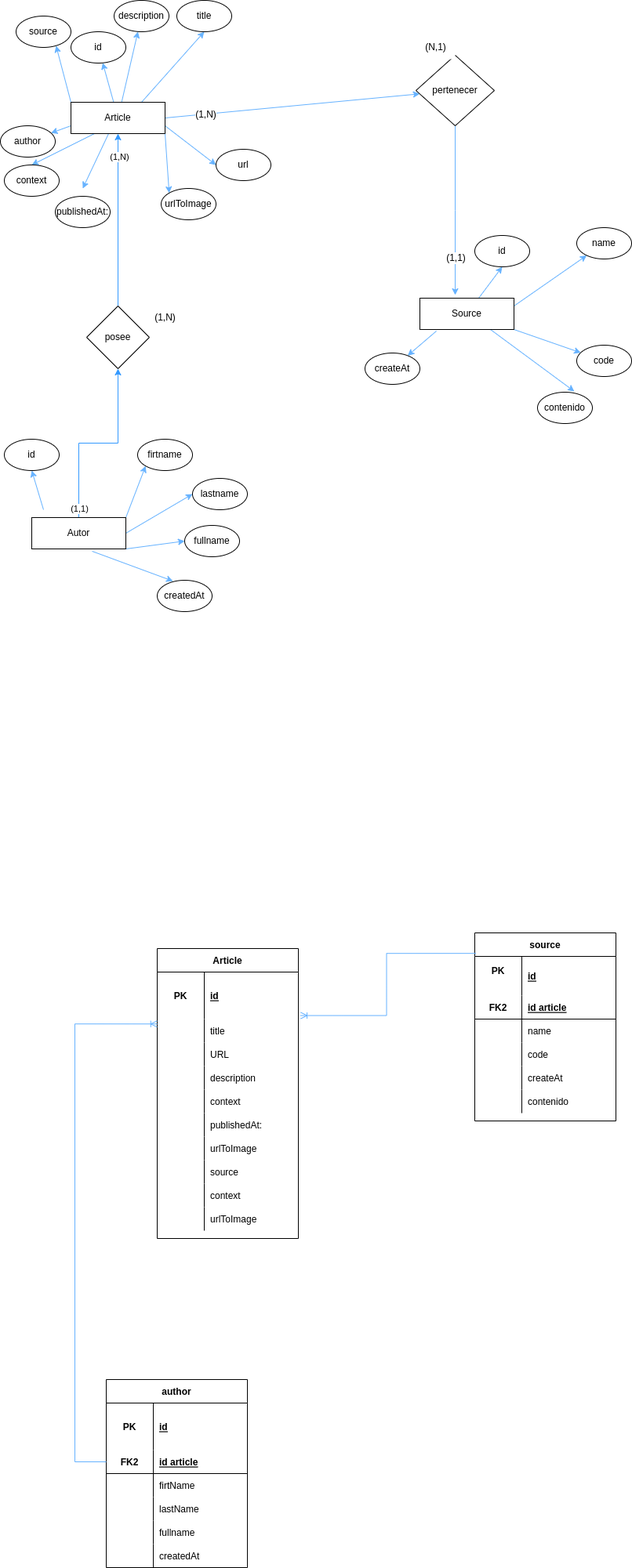
This is info.png from santy-ramirez/basededatos, a draw.io export, as it was before one commit. Source tidied: cells renumbered, new cells last; positions are measured from the earlier drawing's top-left corner, leaving out a move shared by most shapes.
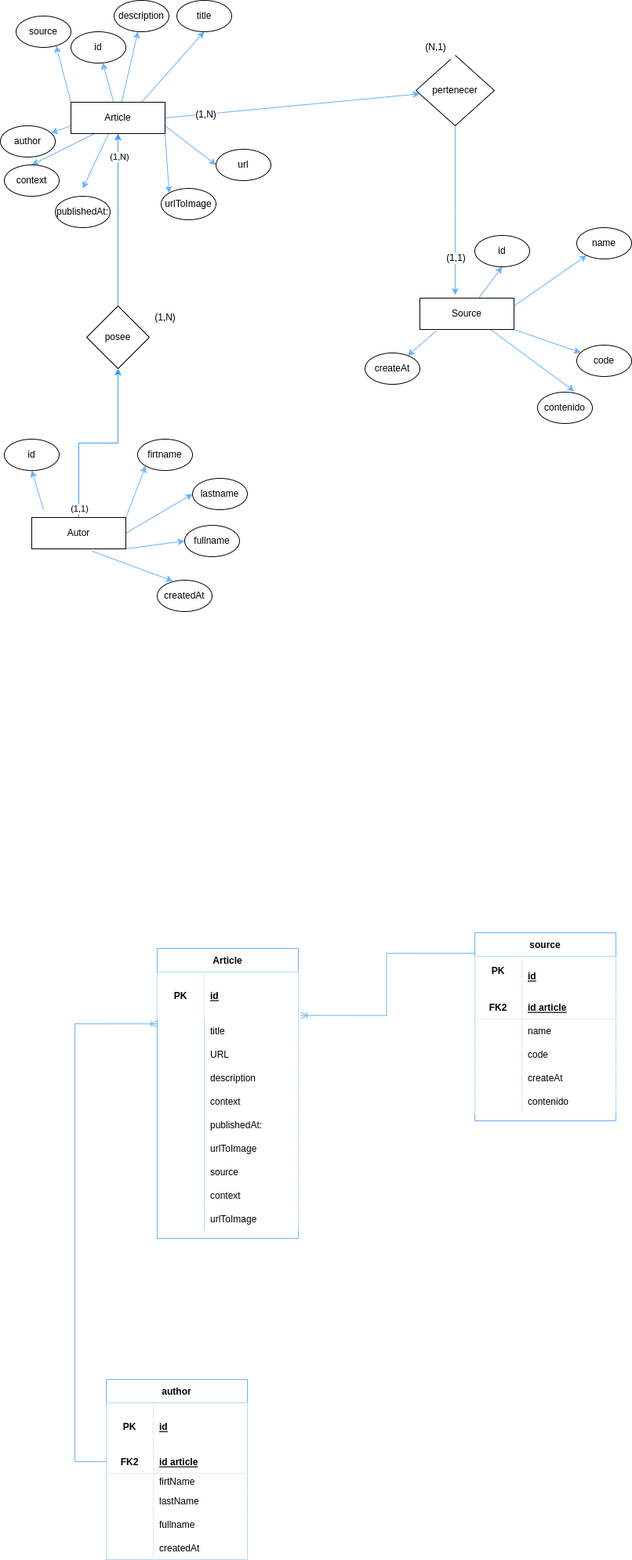
The same file after the commit.

Change to the diagram source:
```diff
@@ -171,3 +171,3 @@
     </mxCell>
-    <mxCell id="55" value="Article" style="shape=table;startSize=30;rowLines=0;fontStyle=1;align=center;" parent="1" vertex="1">
+    <mxCell id="55" value="Article" style="shape=table;startSize=30;rowLines=0;fontStyle=1;align=center;strokeColor=#66B2FF;" parent="1" vertex="1">
       <mxGeometry x="200" y="1210" width="180" height="370" as="geometry" />
@@ -177,6 +177,6 @@
     </mxCell>
-    <mxCell id="57" value="PK" style="shape=partialRectangle;fillColor=none;top=0;left=0;bottom=0;right=0;fontStyle=1;overflow=hidden;" parent="56" vertex="1">
+    <mxCell id="57" value="PK" style="shape=partialRectangle;fillColor=default;top=0;left=0;bottom=0;right=0;fontStyle=1;overflow=hidden;" parent="56" vertex="1">
       <mxGeometry width="60" height="60" as="geometry" />
     </mxCell>
-    <mxCell id="58" value="id" style="shape=partialRectangle;fillColor=none;top=0;left=0;bottom=0;right=0;align=left;spacingLeft=6;fontStyle=5;overflow=hidden;" parent="56" vertex="1">
+    <mxCell id="58" value="id" style="shape=partialRectangle;fillColor=default;top=0;left=0;bottom=0;right=0;align=left;spacingLeft=6;fontStyle=5;overflow=hidden;" parent="56" vertex="1">
       <mxGeometry x="60" width="120" height="60" as="geometry" />
@@ -189,3 +189,3 @@
     </mxCell>
-    <mxCell id="61" value="title" style="shape=partialRectangle;fillColor=none;top=0;left=0;bottom=0;right=0;align=left;spacingLeft=6;overflow=hidden;" parent="59" vertex="1">
+    <mxCell id="61" value="title" style="shape=partialRectangle;fillColor=default;top=0;left=0;bottom=0;right=0;align=left;spacingLeft=6;overflow=hidden;" parent="59" vertex="1">
       <mxGeometry x="60" width="120" height="30" as="geometry" />
@@ -198,3 +198,3 @@
     </mxCell>
-    <mxCell id="64" value="URL" style="shape=partialRectangle;fillColor=none;top=0;left=0;bottom=0;right=0;align=left;spacingLeft=6;overflow=hidden;" parent="62" vertex="1">
+    <mxCell id="64" value="URL" style="shape=partialRectangle;fillColor=default;top=0;left=0;bottom=0;right=0;align=left;spacingLeft=6;overflow=hidden;" parent="62" vertex="1">
       <mxGeometry x="60" width="120" height="30" as="geometry" />
@@ -207,3 +207,3 @@
     </mxCell>
-    <mxCell id="67" value="description" style="shape=partialRectangle;fillColor=none;top=0;left=0;bottom=0;right=0;align=left;spacingLeft=6;overflow=hidden;" parent="65" vertex="1">
+    <mxCell id="67" value="description" style="shape=partialRectangle;fillColor=default;top=0;left=0;bottom=0;right=0;align=left;spacingLeft=6;overflow=hidden;" parent="65" vertex="1">
       <mxGeometry x="60" width="120" height="30" as="geometry" />
@@ -216,3 +216,3 @@
     </mxCell>
-    <mxCell id="70" value="context" style="shape=partialRectangle;fillColor=none;top=0;left=0;bottom=0;right=0;align=left;spacingLeft=6;overflow=hidden;" parent="68" vertex="1">
+    <mxCell id="70" value="context" style="shape=partialRectangle;fillColor=default;top=0;left=0;bottom=0;right=0;align=left;spacingLeft=6;overflow=hidden;" parent="68" vertex="1">
       <mxGeometry x="60" width="120" height="30" as="geometry" />
@@ -225,3 +225,3 @@
     </mxCell>
-    <mxCell id="73" value="publishedAt:" style="shape=partialRectangle;fillColor=none;top=0;left=0;bottom=0;right=0;align=left;spacingLeft=6;overflow=hidden;" parent="71" vertex="1">
+    <mxCell id="73" value="publishedAt:" style="shape=partialRectangle;fillColor=default;top=0;left=0;bottom=0;right=0;align=left;spacingLeft=6;overflow=hidden;" parent="71" vertex="1">
       <mxGeometry x="60" width="120" height="30" as="geometry" />
@@ -234,3 +234,3 @@
     </mxCell>
-    <mxCell id="76" value="urlToImage" style="shape=partialRectangle;fillColor=none;top=0;left=0;bottom=0;right=0;align=left;spacingLeft=6;overflow=hidden;" parent="74" vertex="1">
+    <mxCell id="76" value="urlToImage" style="shape=partialRectangle;fillColor=default;top=0;left=0;bottom=0;right=0;align=left;spacingLeft=6;overflow=hidden;" parent="74" vertex="1">
       <mxGeometry x="60" width="120" height="30" as="geometry" />
@@ -243,3 +243,3 @@
     </mxCell>
-    <mxCell id="79" value="source" style="shape=partialRectangle;fillColor=none;top=0;left=0;bottom=0;right=0;align=left;spacingLeft=6;overflow=hidden;" parent="77" vertex="1">
+    <mxCell id="79" value="source" style="shape=partialRectangle;fillColor=default;top=0;left=0;bottom=0;right=0;align=left;spacingLeft=6;overflow=hidden;" parent="77" vertex="1">
       <mxGeometry x="60" width="120" height="30" as="geometry" />
@@ -252,3 +252,3 @@
     </mxCell>
-    <mxCell id="82" value="context" style="shape=partialRectangle;fillColor=none;top=0;left=0;bottom=0;right=0;align=left;spacingLeft=6;overflow=hidden;" parent="80" vertex="1">
+    <mxCell id="82" value="context" style="shape=partialRectangle;fillColor=default;top=0;left=0;bottom=0;right=0;align=left;spacingLeft=6;overflow=hidden;" parent="80" vertex="1">
       <mxGeometry x="60" width="120" height="30" as="geometry" />
@@ -261,6 +261,6 @@
     </mxCell>
-    <mxCell id="85" value="urlToImage" style="shape=partialRectangle;fillColor=none;top=0;left=0;bottom=0;right=0;align=left;spacingLeft=6;overflow=hidden;" parent="83" vertex="1">
+    <mxCell id="85" value="urlToImage" style="shape=partialRectangle;fillColor=default;top=0;left=0;bottom=0;right=0;align=left;spacingLeft=6;overflow=hidden;" parent="83" vertex="1">
       <mxGeometry x="60" width="120" height="30" as="geometry" />
     </mxCell>
-    <mxCell id="86" value="source" style="shape=table;startSize=30;rowLines=0;fontStyle=1;align=center;" parent="1" vertex="1">
+    <mxCell id="86" value="source" style="shape=table;startSize=30;rowLines=0;fontStyle=1;align=center;strokeColor=#66B2FF;" parent="1" vertex="1">
       <mxGeometry x="605" y="1190" width="180" height="240" as="geometry" />
@@ -270,15 +270,15 @@
     </mxCell>
-    <mxCell id="88" value="PK&#10;" style="shape=partialRectangle;fillColor=none;top=0;left=0;bottom=0;right=0;fontStyle=1;overflow=hidden;" parent="87" vertex="1">
+    <mxCell id="88" value="PK&#10;" style="shape=partialRectangle;fillColor=default;top=0;left=0;bottom=0;right=0;fontStyle=1;overflow=hidden;" parent="87" vertex="1">
       <mxGeometry width="60" height="50" as="geometry" />
     </mxCell>
-    <mxCell id="89" value="id" style="shape=partialRectangle;fillColor=none;top=0;left=0;bottom=0;right=0;align=left;spacingLeft=6;fontStyle=5;overflow=hidden;" parent="87" vertex="1">
+    <mxCell id="89" value="id" style="shape=partialRectangle;fillColor=default;top=0;left=0;bottom=0;right=0;align=left;spacingLeft=6;fontStyle=5;overflow=hidden;" parent="87" vertex="1">
       <mxGeometry x="60" width="120" height="50" as="geometry" />
     </mxCell>
-    <mxCell id="90" style="shape=tableRow;horizontal=0;startSize=0;swimlaneHead=0;swimlaneBody=0;fillColor=none;top=0;left=0;right=0;bottom=1;" parent="86" vertex="1">
+    <mxCell id="90" style="shape=tableRow;horizontal=0;startSize=0;swimlaneHead=0;swimlaneBody=0;fillColor=none;top=0;left=0;right=0;bottom=1;strokeColor=#66B2FF;" parent="86" vertex="1">
       <mxGeometry y="80" width="180" height="30" as="geometry" />
     </mxCell>
-    <mxCell id="91" value="FK2" style="shape=partialRectangle;fillColor=none;top=0;left=0;bottom=0;right=0;fontStyle=1;overflow=hidden;" parent="90" vertex="1">
+    <mxCell id="91" value="FK2" style="shape=partialRectangle;fillColor=default;top=0;left=0;bottom=0;right=0;fontStyle=1;overflow=hidden;" parent="90" vertex="1">
       <mxGeometry width="60" height="30" as="geometry" />
     </mxCell>
-    <mxCell id="92" value="id article" style="shape=partialRectangle;fillColor=none;top=0;left=0;bottom=0;right=0;align=left;spacingLeft=6;fontStyle=5;overflow=hidden;" parent="90" vertex="1">
+    <mxCell id="92" value="id article" style="shape=partialRectangle;fillColor=default;top=0;left=0;bottom=0;right=0;align=left;spacingLeft=6;fontStyle=5;overflow=hidden;" parent="90" vertex="1">
       <mxGeometry x="60" width="120" height="30" as="geometry" />
@@ -288,6 +288,6 @@
     </mxCell>
-    <mxCell id="94" style="shape=partialRectangle;fillColor=none;top=0;left=0;bottom=0;right=0;overflow=hidden;" parent="93" vertex="1">
+    <mxCell id="94" style="shape=partialRectangle;fillColor=default;top=0;left=0;bottom=0;right=0;overflow=hidden;" parent="93" vertex="1">
       <mxGeometry width="60" height="30" as="geometry" />
     </mxCell>
-    <mxCell id="95" value="name" style="shape=partialRectangle;fillColor=none;top=0;left=0;bottom=0;right=0;align=left;spacingLeft=6;overflow=hidden;" parent="93" vertex="1">
+    <mxCell id="95" value="name" style="shape=partialRectangle;fillColor=default;top=0;left=0;bottom=0;right=0;align=left;spacingLeft=6;overflow=hidden;" parent="93" vertex="1">
       <mxGeometry x="60" width="120" height="30" as="geometry" />
@@ -297,6 +297,6 @@
     </mxCell>
-    <mxCell id="97" style="shape=partialRectangle;fillColor=none;top=0;left=0;bottom=0;right=0;overflow=hidden;" parent="96" vertex="1">
+    <mxCell id="97" style="shape=partialRectangle;fillColor=default;top=0;left=0;bottom=0;right=0;overflow=hidden;" parent="96" vertex="1">
       <mxGeometry width="60" height="30" as="geometry" />
     </mxCell>
-    <mxCell id="98" value="code" style="shape=partialRectangle;fillColor=none;top=0;left=0;bottom=0;right=0;align=left;spacingLeft=6;overflow=hidden;" parent="96" vertex="1">
+    <mxCell id="98" value="code" style="shape=partialRectangle;fillColor=default;top=0;left=0;bottom=0;right=0;align=left;spacingLeft=6;overflow=hidden;" parent="96" vertex="1">
       <mxGeometry x="60" width="120" height="30" as="geometry" />
@@ -306,6 +306,6 @@
     </mxCell>
-    <mxCell id="100" style="shape=partialRectangle;fillColor=none;top=0;left=0;bottom=0;right=0;overflow=hidden;" parent="99" vertex="1">
+    <mxCell id="100" style="shape=partialRectangle;fillColor=default;top=0;left=0;bottom=0;right=0;overflow=hidden;" parent="99" vertex="1">
       <mxGeometry width="60" height="30" as="geometry" />
     </mxCell>
-    <mxCell id="101" value="createAt" style="shape=partialRectangle;fillColor=none;top=0;left=0;bottom=0;right=0;align=left;spacingLeft=6;overflow=hidden;" parent="99" vertex="1">
+    <mxCell id="101" value="createAt" style="shape=partialRectangle;fillColor=default;top=0;left=0;bottom=0;right=0;align=left;spacingLeft=6;overflow=hidden;" parent="99" vertex="1">
       <mxGeometry x="60" width="120" height="30" as="geometry" />
@@ -315,10 +315,10 @@
     </mxCell>
-    <mxCell id="103" style="shape=partialRectangle;fillColor=none;top=0;left=0;bottom=0;right=0;overflow=hidden;" parent="102" vertex="1">
+    <mxCell id="103" style="shape=partialRectangle;fillColor=default;top=0;left=0;bottom=0;right=0;overflow=hidden;" parent="102" vertex="1">
       <mxGeometry width="60" height="30" as="geometry" />
     </mxCell>
-    <mxCell id="104" value="contenido" style="shape=partialRectangle;fillColor=none;top=0;left=0;bottom=0;right=0;align=left;spacingLeft=6;overflow=hidden;" parent="102" vertex="1">
+    <mxCell id="104" value="contenido" style="shape=partialRectangle;fillColor=default;top=0;left=0;bottom=0;right=0;align=left;spacingLeft=6;overflow=hidden;" parent="102" vertex="1">
       <mxGeometry x="60" width="120" height="30" as="geometry" />
     </mxCell>
-    <mxCell id="105" value="author" style="shape=table;startSize=30;rowLines=0;fontStyle=1;align=center;" parent="1" vertex="1">
-      <mxGeometry x="135" y="1760" width="180" height="240" as="geometry" />
+    <mxCell id="105" value="author" style="shape=table;startSize=30;rowLines=0;fontStyle=1;align=center;strokeColor=#66B2FF;" parent="1" vertex="1">
+      <mxGeometry x="135" y="1760" width="180" height="230" as="geometry" />
     </mxCell>
@@ -327,15 +327,15 @@
     </mxCell>
-    <mxCell id="107" value="PK" style="shape=partialRectangle;fillColor=none;top=0;left=0;bottom=0;right=0;fontStyle=1;overflow=hidden;" parent="106" vertex="1">
+    <mxCell id="107" value="PK" style="shape=partialRectangle;fillColor=default;top=0;left=0;bottom=0;right=0;fontStyle=1;overflow=hidden;" parent="106" vertex="1">
       <mxGeometry width="60" height="60" as="geometry" />
     </mxCell>
-    <mxCell id="108" value="id" style="shape=partialRectangle;fillColor=none;top=0;left=0;bottom=0;right=0;align=left;spacingLeft=6;fontStyle=5;overflow=hidden;" parent="106" vertex="1">
+    <mxCell id="108" value="id" style="shape=partialRectangle;fillColor=default;top=0;left=0;bottom=0;right=0;align=left;spacingLeft=6;fontStyle=5;overflow=hidden;" parent="106" vertex="1">
       <mxGeometry x="60" width="120" height="60" as="geometry" />
     </mxCell>
-    <mxCell id="109" style="shape=tableRow;horizontal=0;startSize=0;swimlaneHead=0;swimlaneBody=0;fillColor=none;points=[[0,0.5],[1,0.5]];portConstraint=eastwest;top=0;left=0;right=0;bottom=1;" parent="105" vertex="1">
+    <mxCell id="109" style="shape=tableRow;horizontal=0;startSize=0;swimlaneHead=0;swimlaneBody=0;fillColor=none;points=[[0,0.5],[1,0.5]];portConstraint=eastwest;top=0;left=0;right=0;bottom=1;strokeColor=#66B2FF;" parent="105" vertex="1">
       <mxGeometry y="90" width="180" height="30" as="geometry" />
     </mxCell>
-    <mxCell id="110" value="FK2" style="shape=partialRectangle;fillColor=none;top=0;left=0;bottom=0;right=0;fontStyle=1;overflow=hidden;" parent="109" vertex="1">
+    <mxCell id="110" value="FK2" style="shape=partialRectangle;fillColor=default;top=0;left=0;bottom=0;right=0;fontStyle=1;overflow=hidden;" parent="109" vertex="1">
       <mxGeometry width="60" height="30" as="geometry" />
     </mxCell>
-    <mxCell id="111" value="id article" style="shape=partialRectangle;fillColor=none;top=0;left=0;bottom=0;right=0;align=left;spacingLeft=6;fontStyle=5;overflow=hidden;" parent="109" vertex="1">
+    <mxCell id="111" value="id article" style="shape=partialRectangle;fillColor=default;top=0;left=0;bottom=0;right=0;align=left;spacingLeft=6;fontStyle=5;overflow=hidden;" parent="109" vertex="1">
       <mxGeometry x="60" width="120" height="30" as="geometry" />
@@ -343,17 +343,17 @@
     <mxCell id="112" style="shape=tableRow;horizontal=0;startSize=0;swimlaneHead=0;swimlaneBody=0;fillColor=none;top=0;left=0;right=0;bottom=0;" parent="105" vertex="1">
-      <mxGeometry y="120" width="180" height="30" as="geometry" />
+      <mxGeometry y="120" width="180" height="20" as="geometry" />
     </mxCell>
-    <mxCell id="113" style="shape=partialRectangle;fillColor=none;top=0;left=0;bottom=0;right=0;overflow=hidden;" parent="112" vertex="1">
-      <mxGeometry width="60" height="30" as="geometry" />
+    <mxCell id="113" style="shape=partialRectangle;fillColor=default;top=0;left=0;bottom=0;right=0;overflow=hidden;" parent="112" vertex="1">
+      <mxGeometry width="60" height="20" as="geometry" />
     </mxCell>
-    <mxCell id="114" value="firtName" style="shape=partialRectangle;fillColor=none;top=0;left=0;bottom=0;right=0;align=left;spacingLeft=6;overflow=hidden;" parent="112" vertex="1">
-      <mxGeometry x="60" width="120" height="30" as="geometry" />
+    <mxCell id="114" value="firtName" style="shape=partialRectangle;fillColor=default;top=0;left=0;bottom=0;right=0;align=left;spacingLeft=6;overflow=hidden;" parent="112" vertex="1">
+      <mxGeometry x="60" width="120" height="20" as="geometry" />
     </mxCell>
     <mxCell id="115" style="shape=tableRow;horizontal=0;startSize=0;swimlaneHead=0;swimlaneBody=0;fillColor=none;top=0;left=0;right=0;bottom=0;" parent="105" vertex="1">
-      <mxGeometry y="150" width="180" height="30" as="geometry" />
+      <mxGeometry y="140" width="180" height="30" as="geometry" />
     </mxCell>
-    <mxCell id="116" style="shape=partialRectangle;fillColor=none;top=0;left=0;bottom=0;right=0;overflow=hidden;" parent="115" vertex="1">
+    <mxCell id="116" style="shape=partialRectangle;fillColor=default;top=0;left=0;bottom=0;right=0;overflow=hidden;" parent="115" vertex="1">
       <mxGeometry width="60" height="30" as="geometry" />
     </mxCell>
-    <mxCell id="117" value="lastName" style="shape=partialRectangle;fillColor=none;top=0;left=0;bottom=0;right=0;align=left;spacingLeft=6;overflow=hidden;" parent="115" vertex="1">
+    <mxCell id="117" value="lastName" style="shape=partialRectangle;fillColor=default;top=0;left=0;bottom=0;right=0;align=left;spacingLeft=6;overflow=hidden;" parent="115" vertex="1">
       <mxGeometry x="60" width="120" height="30" as="geometry" />
@@ -361,8 +361,8 @@
     <mxCell id="118" style="shape=tableRow;horizontal=0;startSize=0;swimlaneHead=0;swimlaneBody=0;fillColor=none;top=0;left=0;right=0;bottom=0;" parent="105" vertex="1">
-      <mxGeometry y="180" width="180" height="30" as="geometry" />
+      <mxGeometry y="170" width="180" height="30" as="geometry" />
     </mxCell>
-    <mxCell id="119" style="shape=partialRectangle;fillColor=none;top=0;left=0;bottom=0;right=0;overflow=hidden;" parent="118" vertex="1">
+    <mxCell id="119" style="shape=partialRectangle;fillColor=default;top=0;left=0;bottom=0;right=0;overflow=hidden;" parent="118" vertex="1">
       <mxGeometry width="60" height="30" as="geometry" />
     </mxCell>
-    <mxCell id="120" value="fullname" style="shape=partialRectangle;fillColor=none;top=0;left=0;bottom=0;right=0;align=left;spacingLeft=6;overflow=hidden;" parent="118" vertex="1">
+    <mxCell id="120" value="fullname" style="shape=partialRectangle;fillColor=default;top=0;left=0;bottom=0;right=0;align=left;spacingLeft=6;overflow=hidden;" parent="118" vertex="1">
       <mxGeometry x="60" width="120" height="30" as="geometry" />
@@ -370,8 +370,8 @@
     <mxCell id="121" style="shape=tableRow;horizontal=0;startSize=0;swimlaneHead=0;swimlaneBody=0;fillColor=none;top=0;left=0;right=0;bottom=0;" parent="105" vertex="1">
-      <mxGeometry y="210" width="180" height="30" as="geometry" />
+      <mxGeometry y="200" width="180" height="30" as="geometry" />
     </mxCell>
-    <mxCell id="122" style="shape=partialRectangle;fillColor=none;top=0;left=0;bottom=0;right=0;overflow=hidden;" parent="121" vertex="1">
+    <mxCell id="122" style="shape=partialRectangle;fillColor=default;top=0;left=0;bottom=0;right=0;overflow=hidden;" parent="121" vertex="1">
       <mxGeometry width="60" height="30" as="geometry" />
     </mxCell>
-    <mxCell id="123" value="createdAt" style="shape=partialRectangle;fillColor=none;top=0;left=0;bottom=0;right=0;align=left;spacingLeft=6;overflow=hidden;" parent="121" vertex="1">
+    <mxCell id="123" value="createdAt" style="shape=partialRectangle;fillColor=default;top=0;left=0;bottom=0;right=0;align=left;spacingLeft=6;overflow=hidden;" parent="121" vertex="1">
       <mxGeometry x="60" width="120" height="30" as="geometry" />
```
